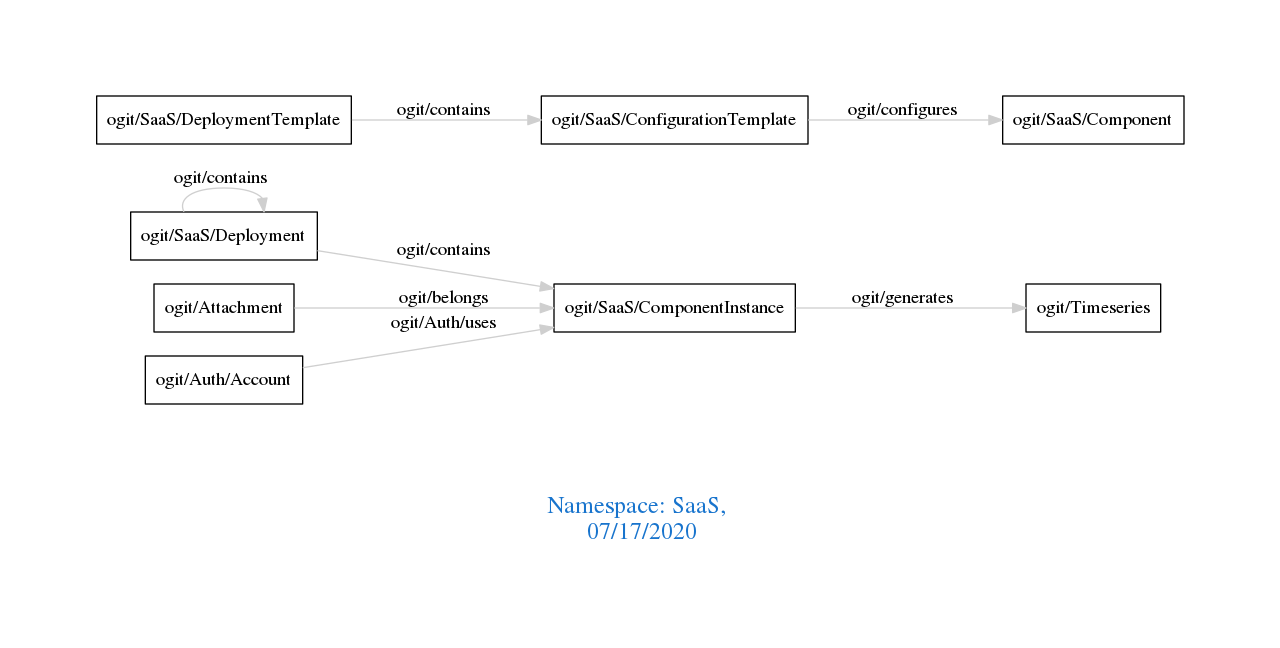
Before: downloads/SaaS.png, a diagram exported from Graphviz (arago/OGIT). Its source is kept beside it as downloads/SaaS.dot.
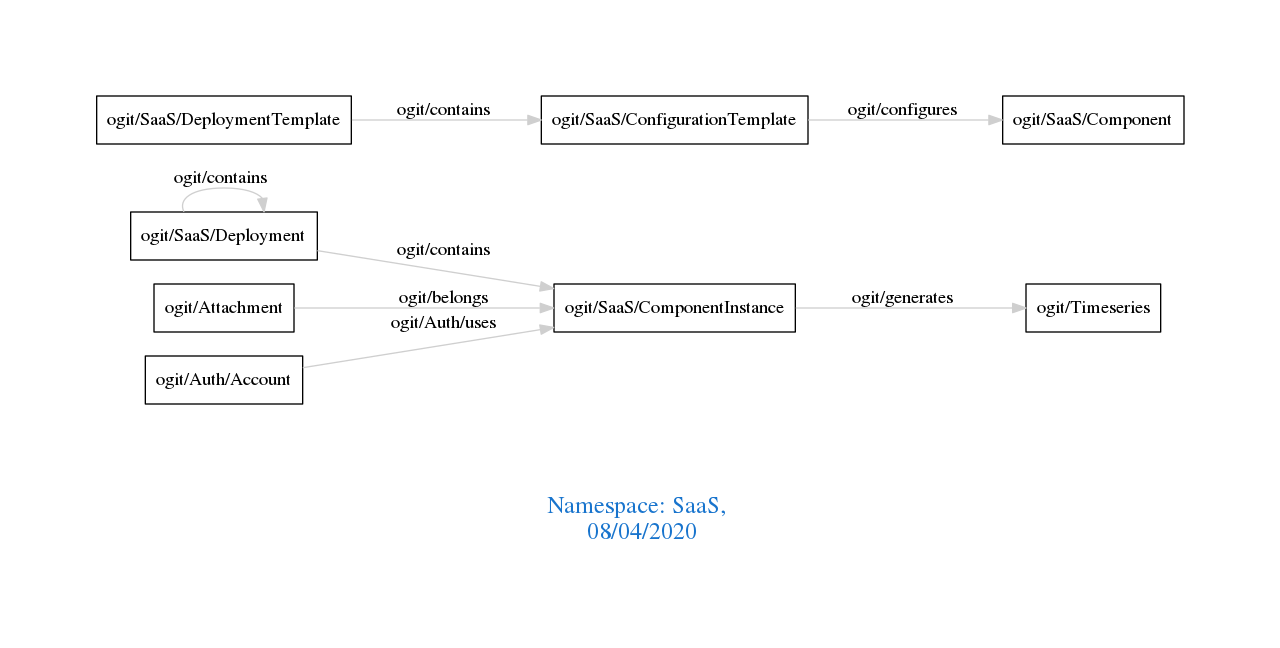
After the commit.

Diff of the diagram source:
```diff
@@ -1,7 +1,7 @@
 digraph OGIT_ontology {
  graph [ rankdir= LR,pad=1
 fontsize = 18,
-fontcolor= dodgerblue3,label = "\n\n\nNamespace: SaaS, \n 07/17/2020"];
+fontcolor= dodgerblue3,label = "\n\n\nNamespace: SaaS, \n 08/04/2020"];
 node[shape=polygon];
 edge [  color="gray81"];
 
```
